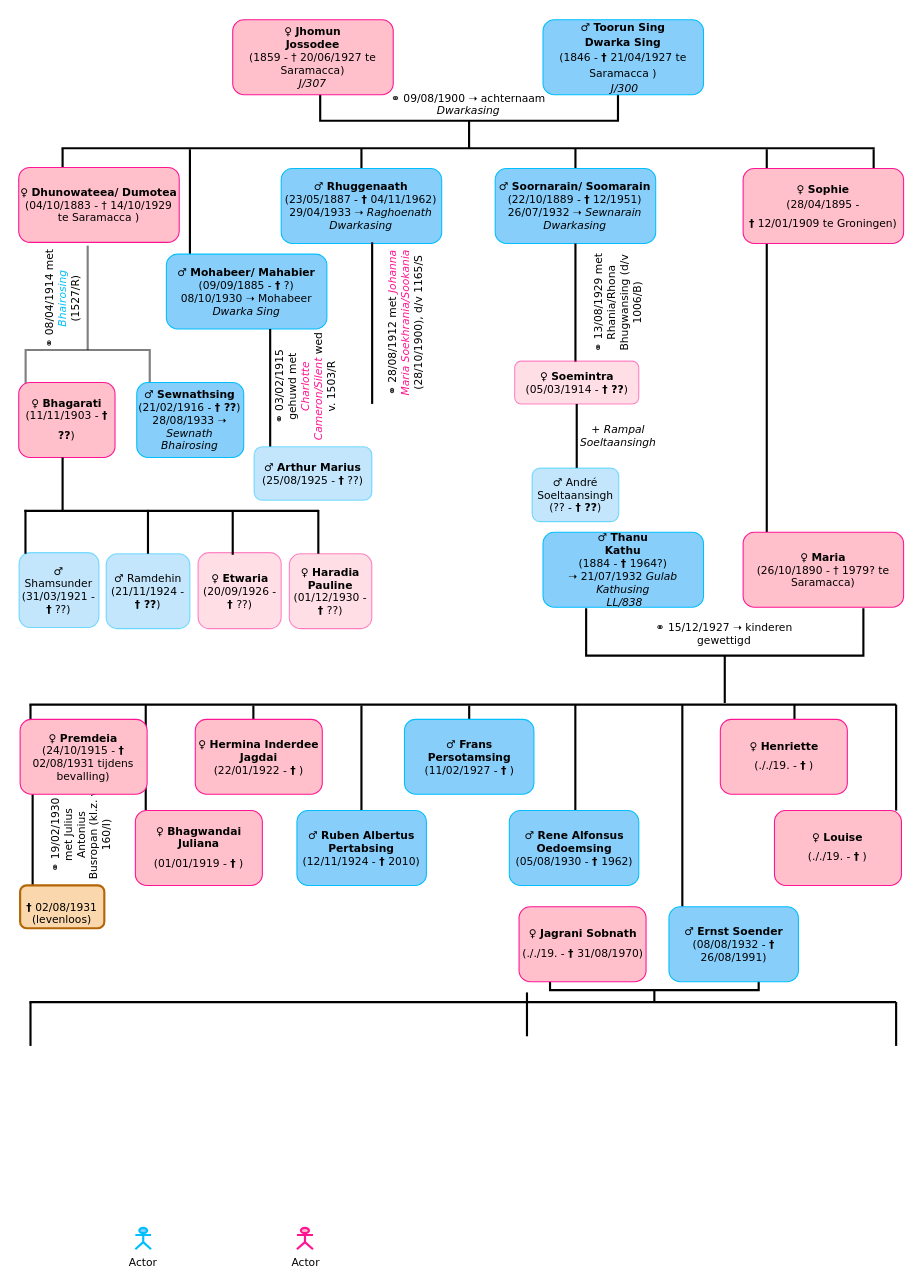
Before: Diagram zonder titel.drawio in Kaadjal/Kaadjal, a draw.io diagram. Source tidied: cells renumbered, new cells numbered last; positions are measured from the earlier drawing's top-left corner, leaving out a move shared by most shapes. Both pictures are drawn from the tidied source at 107%, with x=0, y=0 at pixel (-17, -29).
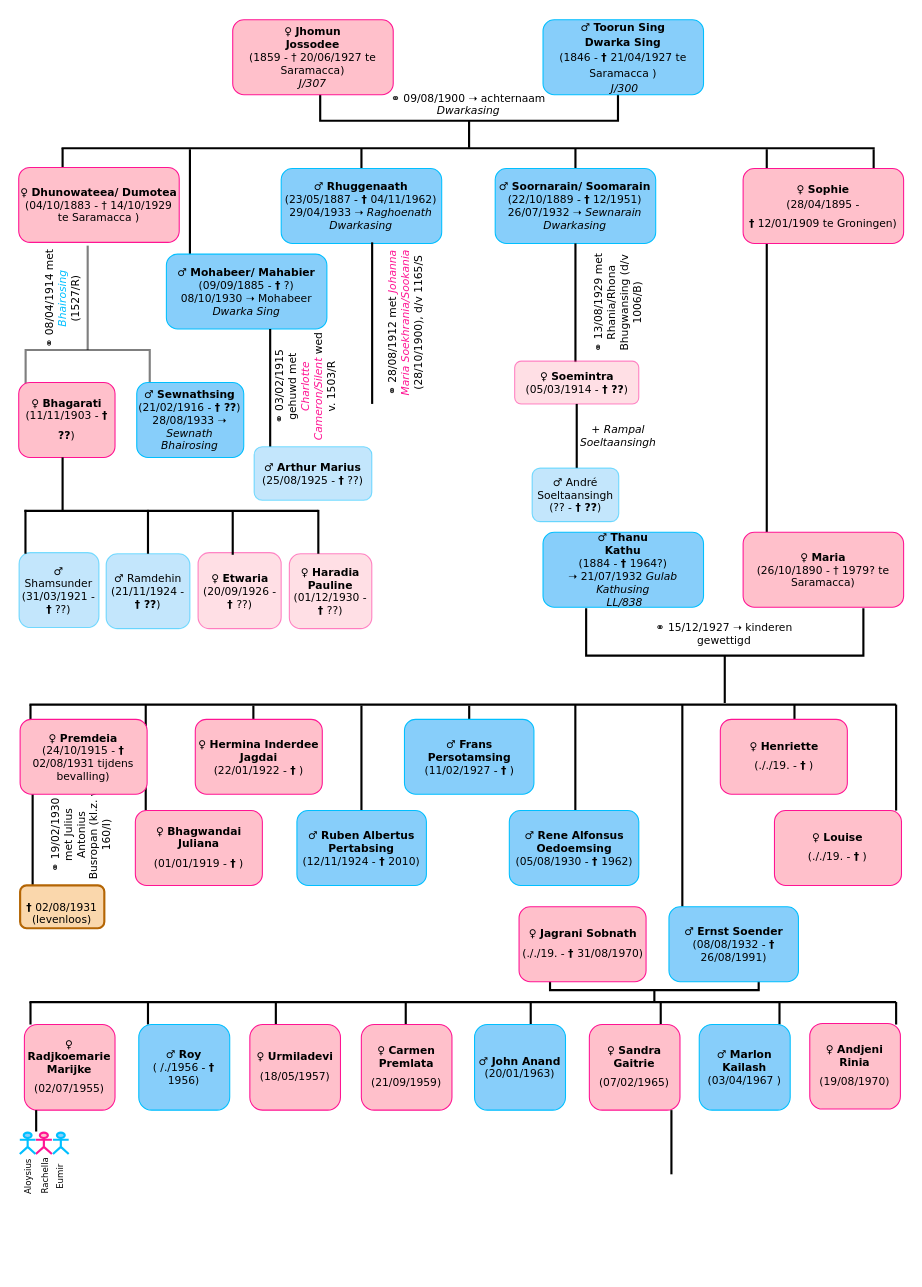
After the change.

What changed in the source:
```diff
@@
     <mxCell id="70" style="line;strokeWidth=2;direction=south;html=1;fillStyle=auto;fontFamily=Verdana;fontSize=10;fillColor=#87CEFA;gradientColor=none;fontColor=#000000;" parent="1" vertex="1">
-      <mxGeometry x="39" y="963" width="10" height="41" as="geometry" />
+      <mxGeometry x="39" y="963" width="10" height="21" as="geometry" />
     </mxCell>
     <mxCell id="71" style="line;strokeWidth=2;direction=south;html=1;fillStyle=auto;fontFamily=Verdana;fontSize=10;fillColor=#87CEFA;gradientColor=none;fontColor=#000000;" parent="1" vertex="1">
-      <mxGeometry x="848" y="963" width="10" height="41" as="geometry" />
+      <mxGeometry x="848" y="963" width="10" height="21" as="geometry" />
     </mxCell>
-    <mxCell id="72" value="Actor" style="shape=umlActor;verticalLabelPosition=bottom;verticalAlign=top;html=1;fillStyle=auto;fontFamily=Verdana;fontSize=10;fontColor=#000000;strokeColor=#00BFFF;strokeWidth=2;fillColor=#87CEFA;gradientColor=none;" parent="1" vertex="1">
-      <mxGeometry x="142" y="1174" width="14.7" height="20" as="geometry" />
-    </mxCell>
-    <mxCell id="73" value="Actor" style="shape=umlActor;verticalLabelPosition=bottom;verticalAlign=top;html=1;fillStyle=auto;fontFamily=Verdana;fontSize=10;fontColor=#000000;strokeColor=#FF1493;strokeWidth=2;fillColor=#FFC0CB;gradientColor=none;" parent="1" vertex="1">
-      <mxGeometry x="293" y="1174" width="15" height="20" as="geometry" />
+    <mxCell id="73" style="shape=umlActor;verticalLabelPosition=bottom;verticalAlign=top;html=1;fillStyle=auto;fontFamily=Verdana;fontSize=10;fontColor=#000000;strokeColor=#FF1493;strokeWidth=2;fillColor=#FFC0CB;gradientColor=none;" parent="1" vertex="1">
+      <mxGeometry x="49" y="1085" width="15" height="20" as="geometry" />
     </mxCell>
@@
     <mxCell id="76" style="line;strokeWidth=2;direction=south;html=1;fillStyle=auto;fontFamily=Verdana;fontSize=10;fillColor=#87CEFA;gradientColor=none;fontColor=#000000;" parent="1" vertex="1">
-      <mxGeometry x="503" y="954" width="10" height="41" as="geometry" />
+      <mxGeometry x="148.8" y="963" width="10" height="21" as="geometry" />
     </mxCell>
+    <mxCell id="77" style="line;strokeWidth=2;direction=south;html=1;fillStyle=auto;fontFamily=Verdana;fontSize=10;fillColor=#87CEFA;gradientColor=none;fontColor=#000000;" parent="1" vertex="1">
+      <mxGeometry x="268.3" y="963" width="10" height="21" as="geometry" />
+    </mxCell>
+    <mxCell id="78" style="line;strokeWidth=2;direction=south;html=1;fillStyle=auto;fontFamily=Verdana;fontSize=10;fillColor=#87CEFA;gradientColor=none;fontColor=#000000;" parent="1" vertex="1">
+      <mxGeometry x="389.7" y="963" width="10" height="21" as="geometry" />
+    </mxCell>
+    <mxCell id="79" style="line;strokeWidth=2;direction=south;html=1;fillStyle=auto;fontFamily=Verdana;fontSize=10;fillColor=#87CEFA;gradientColor=none;fontColor=#000000;" parent="1" vertex="1">
+      <mxGeometry x="506.5" y="963" width="10" height="21" as="geometry" />
+    </mxCell>
+    <mxCell id="80" style="line;strokeWidth=2;direction=south;html=1;fillStyle=auto;fontFamily=Verdana;fontSize=10;fillColor=#87CEFA;gradientColor=none;fontColor=#000000;" parent="1" vertex="1">
+      <mxGeometry x="628" y="963" width="10" height="21" as="geometry" />
+    </mxCell>
+    <mxCell id="81" style="line;strokeWidth=2;direction=south;html=1;fillStyle=auto;fontFamily=Verdana;fontSize=10;fillColor=#87CEFA;gradientColor=none;fontColor=#000000;" parent="1" vertex="1">
+      <mxGeometry x="739" y="963" width="10" height="21" as="geometry" />
+    </mxCell>
+    <mxCell id="82" value="&lt;div&gt;&lt;font style=&quot;font-size: 10px;&quot;&gt;♀ &lt;b&gt;&lt;br&gt;&lt;/b&gt;&lt;/font&gt;&lt;/div&gt;&lt;div&gt;&lt;font style=&quot;font-size: 10px;&quot;&gt;&lt;b&gt;Radjkoemarie Marijke&lt;br&gt;&lt;/b&gt;&lt;/font&gt;&lt;/div&gt;&lt;div&gt;&lt;font style=&quot;font-size: 10px;&quot; size=&quot;3&quot;&gt;(02/07/1955)&lt;/font&gt;&lt;font size=&quot;3&quot;&gt;&lt;i&gt;&lt;br&gt;&lt;/i&gt;&lt;/font&gt;&lt;/div&gt;" style="rounded=1;whiteSpace=wrap;html=1;fillColor=#FFC0CB;strokeColor=#FF1493;fillStyle=auto;fontFamily=Verdana;fontSize=10;fontColor=#000000;" parent="1" vertex="1">
+      <mxGeometry x="38.3" y="984" width="84.7" height="80" as="geometry" />
+    </mxCell>
+    <mxCell id="83" value="&lt;div&gt;&lt;font style=&quot;font-size: 10px;&quot;&gt;♀ &lt;b&gt;Urmiladevi&lt;br&gt;&lt;/b&gt;&lt;/font&gt;&lt;/div&gt;&lt;div&gt;&lt;font style=&quot;font-size: 10px;&quot; size=&quot;3&quot;&gt;(18/05/1957)&lt;/font&gt;&lt;font size=&quot;3&quot;&gt;&lt;i&gt;&lt;br&gt;&lt;/i&gt;&lt;/font&gt;&lt;/div&gt;" style="rounded=1;whiteSpace=wrap;html=1;fillColor=#FFC0CB;strokeColor=#FF1493;fillStyle=auto;fontFamily=Verdana;fontSize=10;fontColor=#000000;" parent="1" vertex="1">
+      <mxGeometry x="249" y="984" width="84.7" height="80" as="geometry" />
+    </mxCell>
+    <mxCell id="84" value="&lt;div&gt;&lt;font style=&quot;font-size: 10px;&quot; face=&quot;Verdana&quot;&gt;♂ &lt;b&gt;Roy&lt;/b&gt;&lt;br&gt;&lt;/font&gt;&lt;/div&gt;&lt;div&gt;&lt;font style=&quot;font-size: 10px;&quot; face=&quot;Verdana&quot;&gt;( /./1956 - &lt;b&gt;†&lt;/b&gt; 1956)&lt;/font&gt;&lt;/div&gt;" style="rounded=1;whiteSpace=wrap;html=1;fillStyle=auto;strokeColor=#00BFFF;fillColor=#87CEFA;gradientColor=none;fontFamily=Verdana;fontSize=10;fontColor=#000000;" parent="1" vertex="1">
+      <mxGeometry x="145.2" y="984" width="85" height="80" as="geometry" />
+    </mxCell>
+    <mxCell id="85" value="&lt;div&gt;&lt;font style=&quot;font-size: 10px;&quot;&gt;♀ &lt;b&gt;Carmen Premlata&lt;br&gt;&lt;/b&gt;&lt;/font&gt;&lt;/div&gt;&lt;div&gt;&lt;font style=&quot;font-size: 10px;&quot; size=&quot;3&quot;&gt;(21/09/1959)&lt;/font&gt;&lt;font size=&quot;3&quot;&gt;&lt;i&gt;&lt;br&gt;&lt;/i&gt;&lt;/font&gt;&lt;/div&gt;" style="rounded=1;whiteSpace=wrap;html=1;fillColor=#FFC0CB;strokeColor=#FF1493;fillStyle=auto;fontFamily=Verdana;fontSize=10;fontColor=#000000;" parent="1" vertex="1">
+      <mxGeometry x="353.2" y="984" width="84.7" height="80" as="geometry" />
+    </mxCell>
+    <mxCell id="86" style="line;strokeWidth=2;direction=south;html=1;fillStyle=auto;fontFamily=Verdana;fontSize=10;fillColor=#87CEFA;gradientColor=none;fontColor=#000000;" parent="1" vertex="1">
+      <mxGeometry x="44.3" y="1064" width="10" height="20" as="geometry" />
+    </mxCell>
+    <mxCell id="87" value="&lt;div align=&quot;center&quot;&gt;&lt;br&gt;&lt;/div&gt;" style="shape=umlActor;verticalLabelPosition=bottom;verticalAlign=top;html=1;fillStyle=auto;fontFamily=Verdana;fontSize=10;fontColor=#000000;strokeColor=#00BFFF;strokeWidth=2;fillColor=#87CEFA;gradientColor=none;align=center;" parent="1" vertex="1">
+      <mxGeometry x="34" y="1085" width="14.7" height="20" as="geometry" />
+    </mxCell>
+    <mxCell id="88" value="&lt;div align=&quot;center&quot;&gt;&lt;br&gt;&lt;/div&gt;" style="shape=umlActor;verticalLabelPosition=bottom;verticalAlign=top;html=1;fillStyle=auto;fontFamily=Verdana;fontSize=10;fontColor=#000000;strokeColor=#00BFFF;strokeWidth=2;fillColor=#87CEFA;gradientColor=none;align=center;" parent="1" vertex="1">
+      <mxGeometry x="65" y="1085" width="14.7" height="20" as="geometry" />
+    </mxCell>
+    <mxCell id="89" value="Aloysius" style="text;html=1;strokeColor=none;fillColor=none;align=center;verticalAlign=middle;whiteSpace=wrap;rounded=0;fillStyle=auto;fontFamily=Verdana;fontSize=8;fontColor=#000000;rotation=-90;" parent="1" vertex="1">
+      <mxGeometry x="22.4" y="1117" width="40" height="18" as="geometry" />
+    </mxCell>
+    <mxCell id="90" value="Rachella" style="text;html=1;strokeColor=none;fillColor=none;align=center;verticalAlign=middle;whiteSpace=wrap;rounded=0;fillStyle=auto;fontFamily=Verdana;fontSize=8;fontColor=#000000;rotation=-90;" parent="1" vertex="1">
+      <mxGeometry x="37.5" y="1117" width="40" height="18" as="geometry" />
+    </mxCell>
+    <mxCell id="91" value="Eumir" style="text;html=1;strokeColor=none;fillColor=none;align=center;verticalAlign=middle;whiteSpace=wrap;rounded=0;fillStyle=auto;fontFamily=Verdana;fontSize=8;fontColor=#000000;rotation=-90;" parent="1" vertex="1">
+      <mxGeometry x="52.3" y="1117" width="40" height="18" as="geometry" />
+    </mxCell>
+    <mxCell id="92" value="&lt;div&gt;&lt;font style=&quot;font-size: 10px;&quot; face=&quot;Verdana&quot;&gt;♂ &lt;b&gt;John Anand&lt;/b&gt;&lt;br&gt;&lt;/font&gt;&lt;/div&gt;&lt;div&gt;&lt;font style=&quot;font-size: 10px;&quot; face=&quot;Verdana&quot;&gt;(20/01/1963)&lt;/font&gt;&lt;/div&gt;" style="rounded=1;whiteSpace=wrap;html=1;fillStyle=auto;strokeColor=#00BFFF;fillColor=#87CEFA;gradientColor=none;fontFamily=Verdana;fontSize=10;fontColor=#000000;" parent="1" vertex="1">
+      <mxGeometry x="459" y="984" width="85" height="80" as="geometry" />
+    </mxCell>
+    <mxCell id="93" value="&lt;div&gt;&lt;font style=&quot;font-size: 10px;&quot;&gt;♀ &lt;b&gt;Sandra Gaitrie&lt;br&gt;&lt;/b&gt;&lt;/font&gt;&lt;/div&gt;&lt;div&gt;&lt;font style=&quot;font-size: 10px;&quot; size=&quot;3&quot;&gt;(07/02/1965)&lt;/font&gt;&lt;font size=&quot;3&quot;&gt;&lt;i&gt;&lt;br&gt;&lt;/i&gt;&lt;/font&gt;&lt;/div&gt;" style="rounded=1;whiteSpace=wrap;html=1;fillColor=#FFC0CB;strokeColor=#FF1493;fillStyle=auto;fontFamily=Verdana;fontSize=10;fontColor=#000000;" parent="1" vertex="1">
+      <mxGeometry x="566.3" y="984" width="84.7" height="80" as="geometry" />
+    </mxCell>
+    <mxCell id="94" value="&lt;div&gt;&lt;font style=&quot;font-size: 10px;&quot; face=&quot;Verdana&quot;&gt;♂ &lt;b&gt;Marlon Kailash&lt;/b&gt;&lt;br&gt;&lt;/font&gt;&lt;/div&gt;&lt;div&gt;&lt;font style=&quot;font-size: 10px;&quot; face=&quot;Verdana&quot;&gt;(03/04/1967 )&lt;/font&gt;&lt;/div&gt;" style="rounded=1;whiteSpace=wrap;html=1;fillStyle=auto;strokeColor=#00BFFF;fillColor=#87CEFA;gradientColor=none;fontFamily=Verdana;fontSize=10;fontColor=#000000;" parent="1" vertex="1">
+      <mxGeometry x="669" y="984" width="85" height="80" as="geometry" />
+    </mxCell>
+    <mxCell id="95" value="&lt;div&gt;&lt;font style=&quot;font-size: 10px;&quot;&gt;♀ &lt;b&gt;Andjeni Rinia&lt;br&gt;&lt;/b&gt;&lt;/font&gt;&lt;/div&gt;&lt;div&gt;&lt;font style=&quot;font-size: 10px;&quot; size=&quot;3&quot;&gt;(19/08/1970)&lt;/font&gt;&lt;font size=&quot;3&quot;&gt;&lt;i&gt;&lt;br&gt;&lt;/i&gt;&lt;/font&gt;&lt;/div&gt;" style="rounded=1;whiteSpace=wrap;html=1;fillColor=#FFC0CB;strokeColor=#FF1493;fillStyle=auto;fontFamily=Verdana;fontSize=10;fontColor=#000000;" parent="1" vertex="1">
+      <mxGeometry x="772.3" y="983" width="84.7" height="80" as="geometry" />
+    </mxCell>
+    <mxCell id="96" style="line;strokeWidth=2;direction=south;html=1;fillStyle=auto;fontFamily=Verdana;fontSize=10;fillColor=#87CEFA;gradientColor=none;fontColor=#000000;" parent="1" vertex="1">
+      <mxGeometry x="638" y="1064" width="10" height="60" as="geometry" />
+    </mxCell>
```
